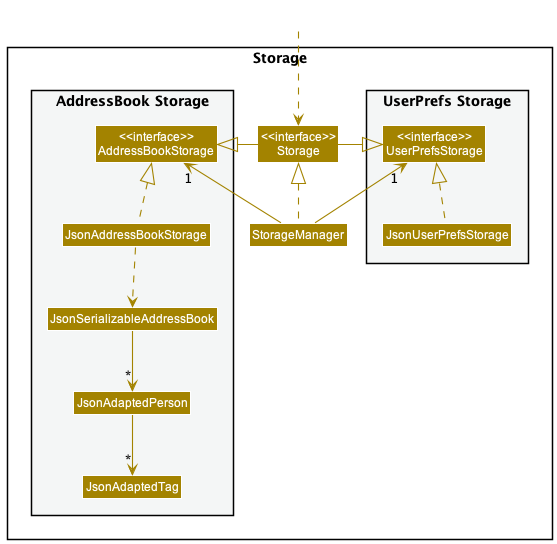
Above: docs/images/StorageClassDiagram.png in nus-cs2103-AY2223S1/tp (PlantUML), before the change.
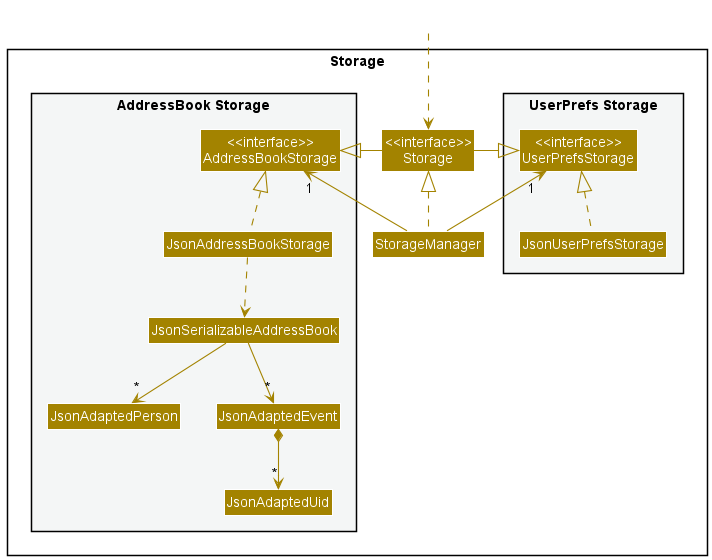
Later version of the same file.

The edit, as a diff of the source:
```diff
@@ -19,7 +19,8 @@
 Class JsonAddressBookStorage
 Class JsonSerializableAddressBook
 Class JsonAdaptedPerson
-Class JsonAdaptedTag
+Class JsonAdaptedUid
+Class JsonAdaptedEvent
 }
 
 }
@@ -38,6 +39,7 @@
 JsonAddressBookStorage .up.|> AddressBookStorage
 JsonAddressBookStorage ..> JsonSerializableAddressBook
 JsonSerializableAddressBook --> "*" JsonAdaptedPerson
-JsonAdaptedPerson --> "*" JsonAdaptedTag
+JsonSerializableAddressBook --> "*" JsonAdaptedEvent
+JsonAdaptedEvent *--> "*" JsonAdaptedUid
 
 @enduml
```
